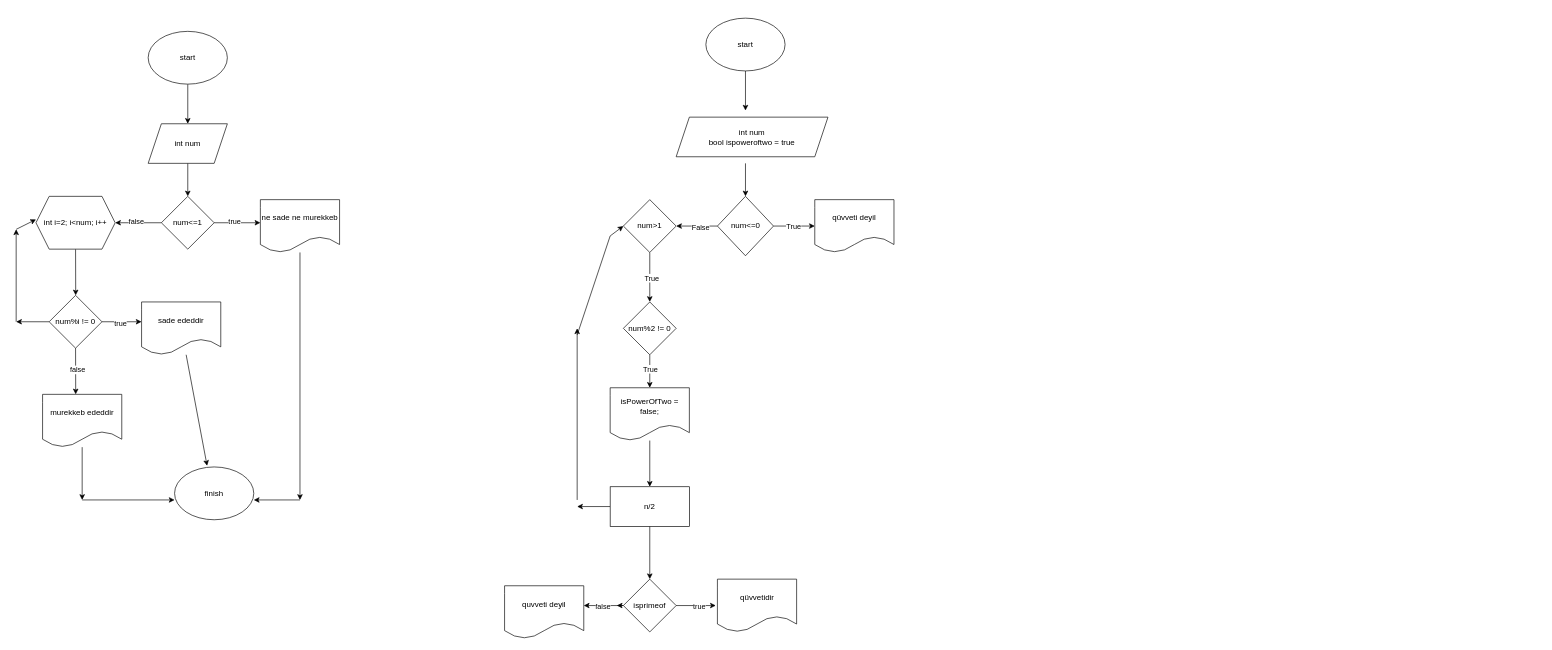
Above: Başlıksız Diyagram.drawio in Ayxan217/Loop_Lesson (draw.io), before the change. Source tidied: cells renumbered, new cells numbered last; positions are measured from the earlier drawing's top-left corner, leaving out a move shared by most shapes. Both pictures are drawn from the tidied source at 66%, with x=0, y=0 at pixel (16, 18).
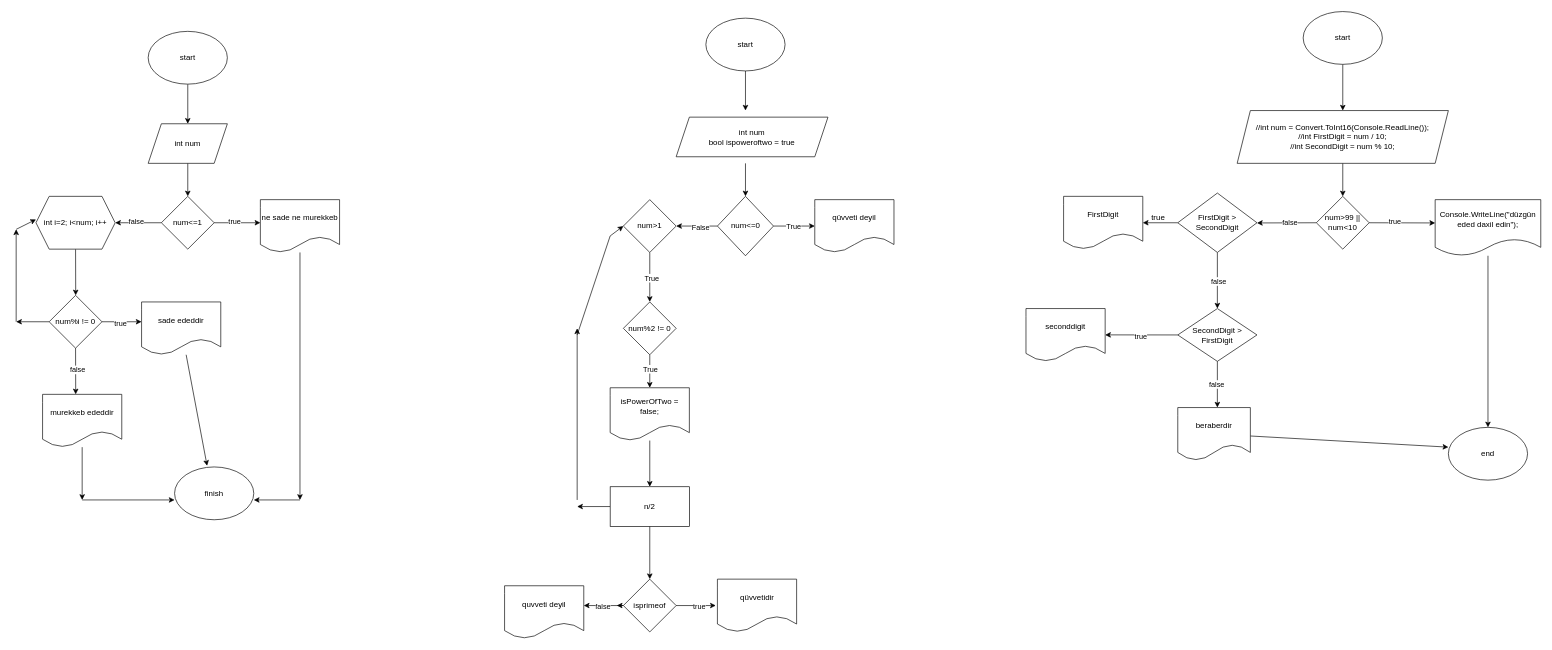
After the change.

Commit message:
tasks diagram

Change to the diagram source:
```diff
@@
+    <mxCell id="61" style="edgeStyle=none;rounded=0;jettySize=auto;html=1;" parent="1" edge="1" source="62">
+      <mxGeometry relative="1" as="geometry">
+        <mxPoint x="2010" y="140" as="targetPoint" />
+      </mxGeometry>
+    </mxCell>
+    <mxCell id="62" value="start" style="ellipse;whiteSpace=wrap;html=1;" parent="1" vertex="1">
+      <mxGeometry x="1950" y="-10" width="120" height="80" as="geometry" />
+    </mxCell>
+    <mxCell id="63" style="edgeStyle=none;rounded=0;jettySize=auto;html=1;exitX=0.5;exitY=1;exitDx=0;exitDy=0;entryX=0.5;entryY=0;entryDx=0;entryDy=0;" parent="1" edge="1" source="64" target="69">
+      <mxGeometry relative="1" as="geometry" />
+    </mxCell>
+    <mxCell id="64" value="&lt;div&gt;//int num = Convert.ToInt16(Console.ReadLine());&lt;/div&gt;&lt;div&gt;//int FirstDigit = num / 10;&lt;/div&gt;&lt;div&gt;//int SecondDigit = num % 10;&lt;/div&gt;" style="shape=parallelogram;perimeter=parallelogramPerimeter;whiteSpace=wrap;html=1;fixedSize=1;" parent="1" vertex="1">
+      <mxGeometry x="1850" y="140" width="320" height="80" as="geometry" />
+    </mxCell>
+    <mxCell id="65" style="edgeStyle=none;rounded=0;jettySize=auto;html=1;exitX=0;exitY=0.5;exitDx=0;exitDy=0;" parent="1" edge="1" source="69">
+      <mxGeometry relative="1" as="geometry">
+        <mxPoint x="1880" y="310.3" as="targetPoint" />
+      </mxGeometry>
+    </mxCell>
+    <mxCell id="66" value="false" style="edgeLabel;html=1;align=center;verticalAlign=middle;" parent="65" vertex="1">
+      <mxGeometry x="-0.12" y="-1" relative="1" as="geometry" />
+    </mxCell>
+    <mxCell id="67" style="edgeStyle=none;rounded=0;jettySize=auto;html=1;exitX=1;exitY=0.5;exitDx=0;exitDy=0;" parent="1" edge="1" source="69">
+      <mxGeometry relative="1" as="geometry">
+        <mxPoint x="2150" y="310.3" as="targetPoint" />
+      </mxGeometry>
+    </mxCell>
+    <mxCell id="68" value="true" style="edgeLabel;html=1;align=center;verticalAlign=middle;" parent="67" vertex="1">
+      <mxGeometry x="-0.24" y="3" relative="1" as="geometry" />
+    </mxCell>
+    <mxCell id="69" value="num&gt;99 || num&lt;10" style="rhombus;whiteSpace=wrap;html=1;" parent="1" vertex="1">
+      <mxGeometry x="1970" y="270" width="80" height="80" as="geometry" />
+    </mxCell>
+    <mxCell id="70" style="edgeStyle=none;rounded=0;jettySize=auto;html=1;" parent="1" edge="1" source="71">
+      <mxGeometry relative="1" as="geometry">
+        <mxPoint x="2230" y="620" as="targetPoint" />
+      </mxGeometry>
+    </mxCell>
+    <mxCell id="71" value="Console.WriteLine(&quot;düzgün eded daxil edin&quot;);" style="shape=document;whiteSpace=wrap;html=1;boundedLbl=1;" parent="1" vertex="1">
+      <mxGeometry x="2150" y="275" width="160" height="85" as="geometry" />
+    </mxCell>
+    <mxCell id="72" style="edgeStyle=none;rounded=0;jettySize=auto;html=1;exitX=0;exitY=0.5;exitDx=0;exitDy=0;entryX=1;entryY=0.5;entryDx=0;entryDy=0;" parent="1" edge="1" source="75" target="76">
+      <mxGeometry relative="1" as="geometry" />
+    </mxCell>
+    <mxCell id="73" style="edgeStyle=none;rounded=0;jettySize=auto;html=1;exitX=0.5;exitY=1;exitDx=0;exitDy=0;" parent="1" edge="1" source="75">
+      <mxGeometry relative="1" as="geometry">
+        <mxPoint x="1820" y="440" as="targetPoint" />
+      </mxGeometry>
+    </mxCell>
+    <mxCell id="74" value="false" style="edgeLabel;html=1;align=center;verticalAlign=middle;" parent="73" vertex="1">
+      <mxGeometry x="0.01" y="1" relative="1" as="geometry" />
+    </mxCell>
+    <mxCell id="75" value="FirstDigit &amp;gt; SecondDigit" style="rhombus;whiteSpace=wrap;html=1;" parent="1" vertex="1">
+      <mxGeometry x="1760" y="265" width="120" height="90" as="geometry" />
+    </mxCell>
+    <mxCell id="76" value="FirstDigit" style="shape=document;whiteSpace=wrap;html=1;boundedLbl=1;" parent="1" vertex="1">
+      <mxGeometry x="1587" y="270" width="120" height="80" as="geometry" />
+    </mxCell>
+    <mxCell id="77" value="true" style="text;html=1;align=center;verticalAlign=middle;strokeColor=none;fillColor=none;" parent="1" vertex="1">
+      <mxGeometry x="1710" y="288" width="40" height="30" as="geometry" />
+    </mxCell>
+    <mxCell id="78" style="edgeStyle=none;rounded=0;jettySize=auto;html=1;exitX=0;exitY=0.5;exitDx=0;exitDy=0;" parent="1" edge="1" source="82">
+      <mxGeometry relative="1" as="geometry">
+        <mxPoint x="1650" y="479.9" as="targetPoint" />
+      </mxGeometry>
+    </mxCell>
+    <mxCell id="79" value="true" style="edgeLabel;html=1;align=center;verticalAlign=middle;" parent="78" vertex="1">
+      <mxGeometry x="0.01" y="2" relative="1" as="geometry" />
+    </mxCell>
+    <mxCell id="80" style="edgeStyle=none;rounded=0;jettySize=auto;html=1;" parent="1" edge="1" source="82">
+      <mxGeometry relative="1" as="geometry">
+        <mxPoint x="1820" y="590" as="targetPoint" />
+      </mxGeometry>
+    </mxCell>
+    <mxCell id="81" value="false" style="edgeLabel;html=1;align=center;verticalAlign=middle;" parent="80" vertex="1">
+      <mxGeometry x="-0.03" y="-2" relative="1" as="geometry" />
+    </mxCell>
+    <mxCell id="82" value="SecondDigit &amp;gt; FirstDigit" style="rhombus;whiteSpace=wrap;html=1;" parent="1" vertex="1">
+      <mxGeometry x="1760" y="440" width="120" height="80" as="geometry" />
+    </mxCell>
+    <mxCell id="83" value="seconddigit" style="shape=document;whiteSpace=wrap;html=1;boundedLbl=1;" parent="1" vertex="1">
+      <mxGeometry x="1530" y="440" width="120" height="80" as="geometry" />
+    </mxCell>
+    <mxCell id="84" style="edgeStyle=none;rounded=0;jettySize=auto;html=1;entryX=0;entryY=0.375;entryDx=0;entryDy=0;entryPerimeter=0;" parent="1" edge="1" source="85" target="86">
+      <mxGeometry relative="1" as="geometry" />
+    </mxCell>
+    <mxCell id="85" value="beraberdir" style="shape=document;whiteSpace=wrap;html=1;boundedLbl=1;" parent="1" vertex="1">
+      <mxGeometry x="1760" y="590" width="110" height="80" as="geometry" />
+    </mxCell>
+    <mxCell id="86" value="end" style="ellipse;whiteSpace=wrap;html=1;" parent="1" vertex="1">
+      <mxGeometry x="2170" y="620" width="120" height="80" as="geometry" />
+    </mxCell>
```
